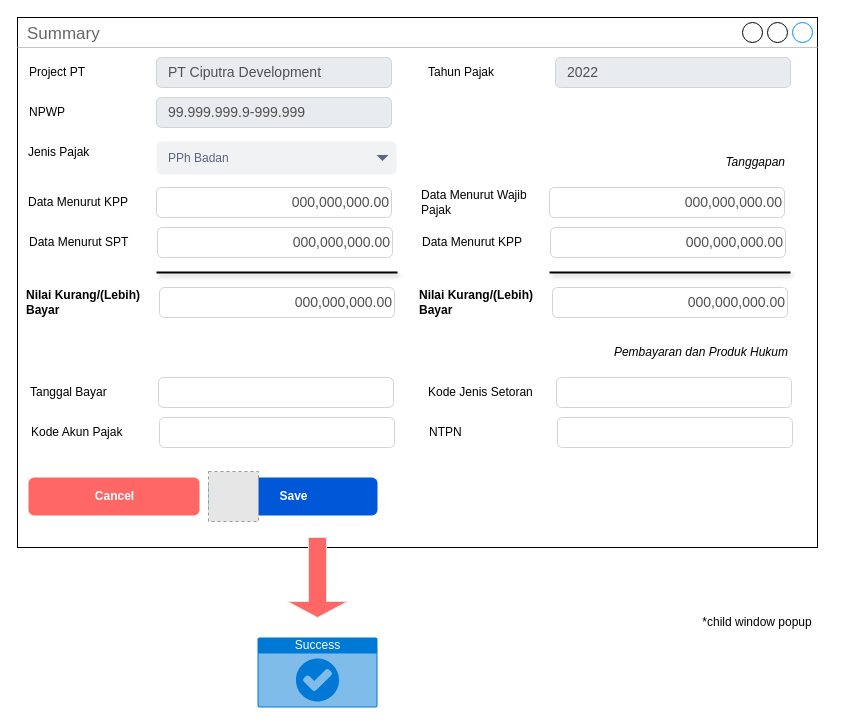
Before: page "1.2 Summary SP2DK_Tanggapan" (6 of 22) of TAMS.drawio in prasetyodavid/TAMS, a draw.io diagram. Source tidied: cells renumbered, new cells numbered last; positions are measured from the earlier drawing's top-left corner, leaving out a move shared by most shapes. Both pictures are drawn from the tidied source at 100%, with x=0, y=0 at pixel (17, 17). Pictures stored in the file or linked from it are replaced by grey dashed boxes.
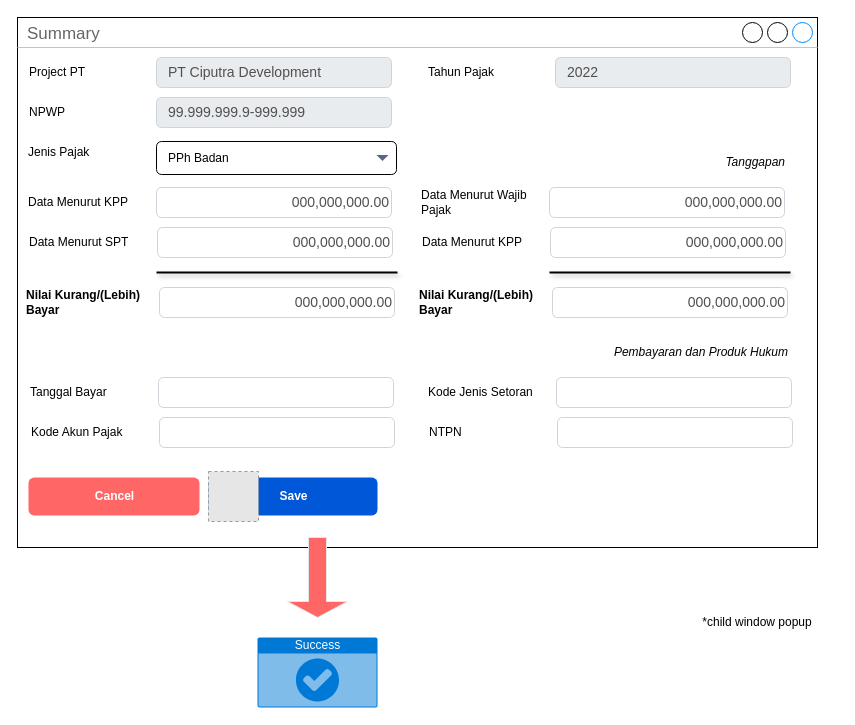
The same page after the edit.

Change to the diagram source:
```diff
@@
-    <mxCell id="29" value="PPh Badan" style="rounded=1;fillColor=#F1F2F4;strokeColor=none;html=1;fontColor=#596780;align=left;fontSize=12;spacingLeft=10;sketch=0;" parent="1" vertex="1">
+    <mxCell id="29" value="PPh Badan" style="rounded=1;html=1;align=left;fontSize=12;spacingLeft=10;sketch=0;" parent="1" vertex="1">
       <mxGeometry x="139" y="124" width="240" height="33" as="geometry" />
     </mxCell>
```
